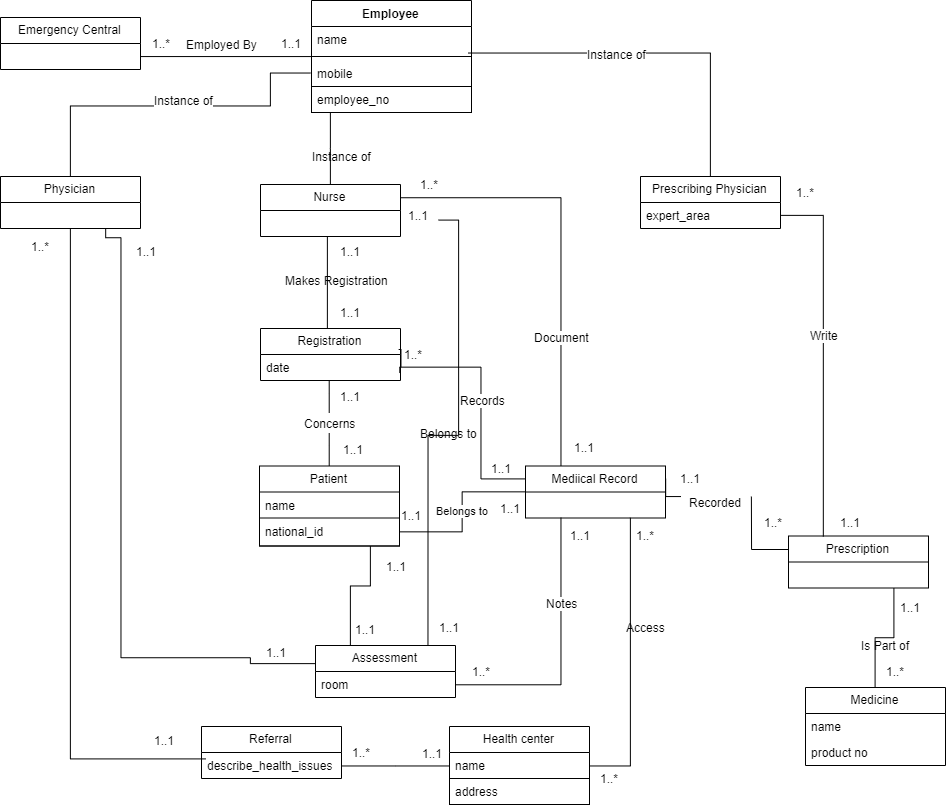
Earlier version of the draw.io export mod-t-2.png (kestersimm/drawio). Source tidied: cells renumbered, new cells last; positions are measured from the earlier drawing's top-left corner, leaving out a move shared by most shapes.
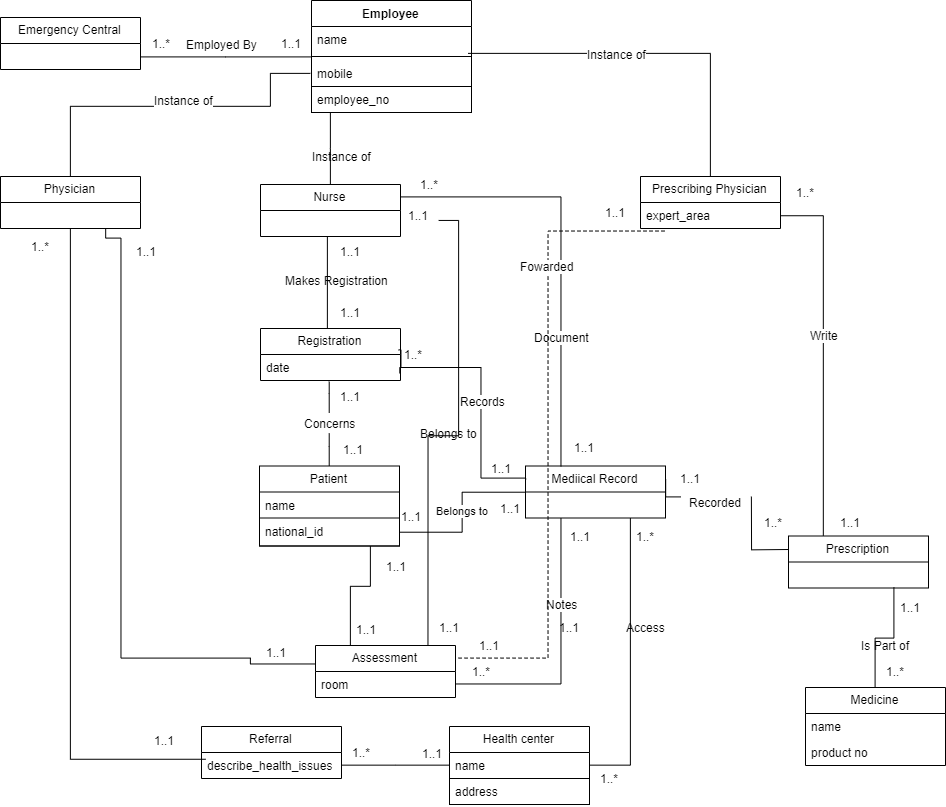
The same file after the commit.

Diff of the diagram source:
```diff
@@ -163,6 +163,9 @@
     <mxCell id="45" value="1..1" style="text;html=1;align=center;verticalAlign=middle;" parent="1" vertex="1">
       <mxGeometry x="429" y="617" width="40" height="20" as="geometry" />
     </mxCell>
+    <mxCell id="97" value="1..1" style="text;html=1;align=center;verticalAlign=middle;" parent="1" vertex="1">
+      <mxGeometry x="549" y="617" width="40" height="20" as="geometry" />
+    </mxCell>
     <mxCell id="46" value="1..1" style="text;html=1;align=center;verticalAlign=middle;" parent="1" vertex="1">
       <mxGeometry x="376" y="556" width="40" height="20" as="geometry" />
     </mxCell>
@@ -327,5 +330,19 @@
     <mxCell id="96" value="1..1" style="text;html=1;align=center;verticalAlign=middle;" parent="1" vertex="1">
       <mxGeometry x="391" y="505.5" width="40" height="20" as="geometry" />
     </mxCell>
+    <mxCell id="98" style="edgeStyle=orthogonalEdgeStyle;rounded=0;jettySize=auto;html=1;entryX=1;entryY=0.25;entryDx=0;entryDy=0;endArrow=none;endFill=0;exitX=0.171;exitY=1.097;exitDx=0;exitDy=0;exitPerimeter=0;dashed=1;" parent="1" edge="1" source="27" target="43">
+      <mxGeometry relative="1" as="geometry" />
+    </mxCell>
+    <mxCell id="99" value="Fowarded" style="text;html=1;align=center;verticalAlign=middle;labelBackgroundColor=#ffffff;" parent="98" vertex="1">
+      <mxGeometry x="-0.63" y="35" relative="1" as="geometry">
+        <mxPoint x="-37" y="35" as="offset" />
+      </mxGeometry>
+    </mxCell>
+    <mxCell id="100" value="1..1" style="text;html=1;align=center;verticalAlign=middle;" parent="1" vertex="1">
+      <mxGeometry x="595" y="202" width="40" height="20" as="geometry" />
+    </mxCell>
+    <mxCell id="101" value="1..1" style="text;html=1;align=center;verticalAlign=middle;" parent="1" vertex="1">
+      <mxGeometry x="469" y="635" width="40" height="20" as="geometry" />
+    </mxCell>
   </root>
 </mxGraphModel>
```
